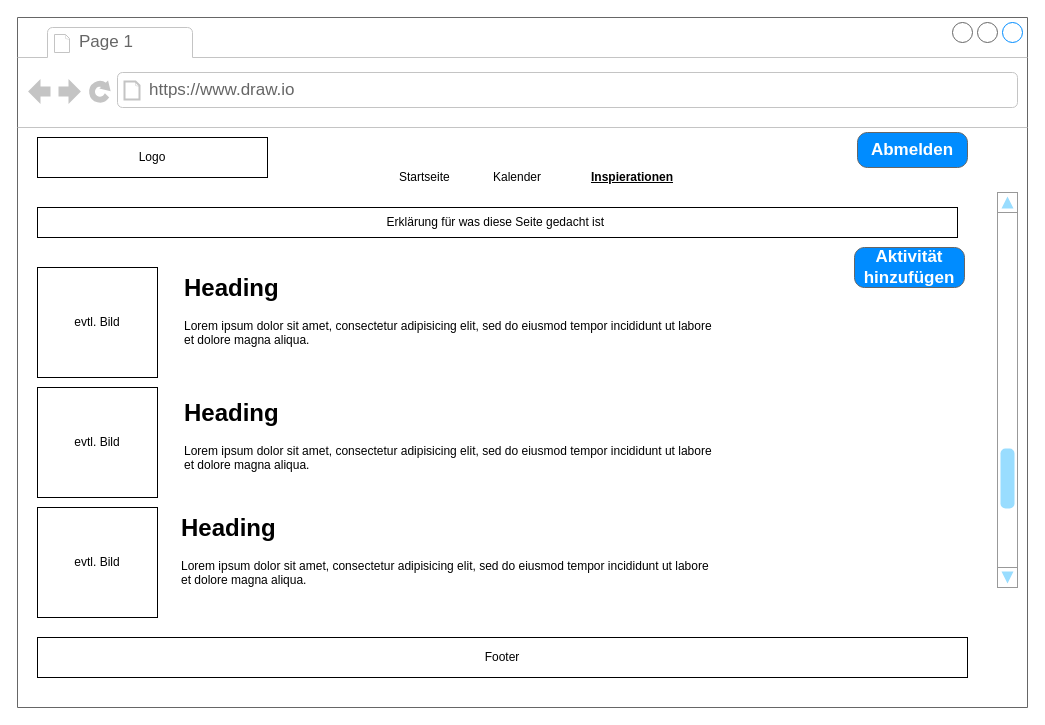
This is Ideen.drawio from LostMyNutsLastXMas/M293_Projektarbeit, a draw.io file, before an edit. Source tidied: cells renumbered, new cells numbered last; positions are measured from the earlier drawing's top-left corner, leaving out a move shared by most shapes. Both pictures are drawn from the tidied source at 100%, with x=0, y=0 at pixel (17, 17).
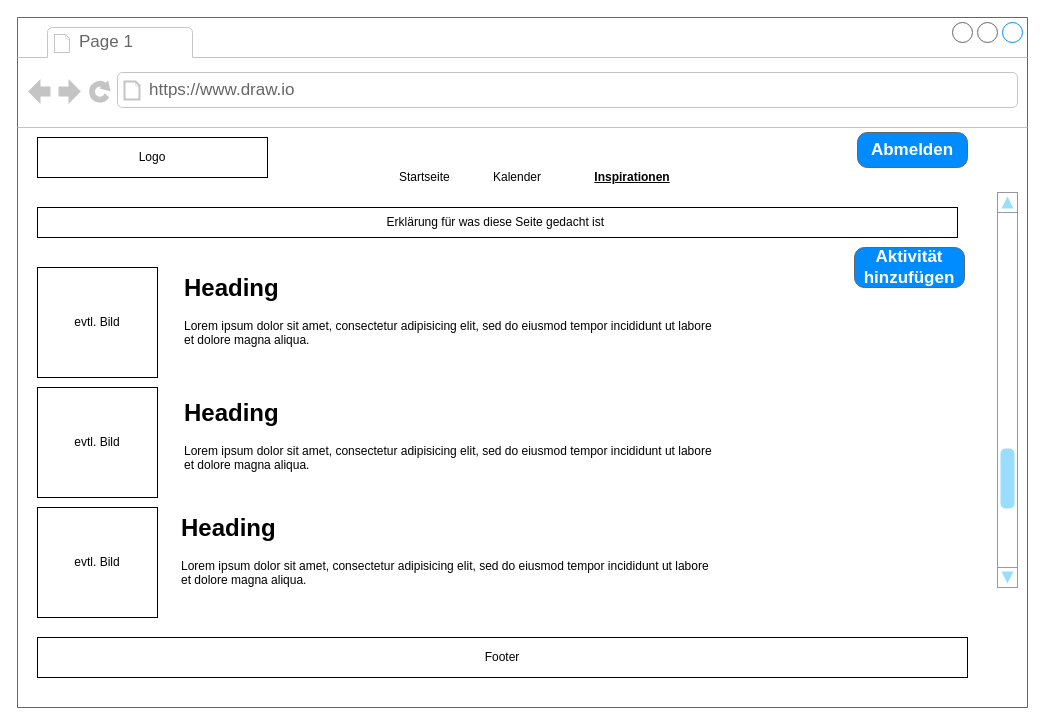
The same diagram, later.

Commit message (it also covers changes not shown here):
Ideen Wireframe angepasst

The edit, as a diff of the source:
```diff
@@
 <mxGraphModel>
   <root>
     <mxCell id="0" />
     <mxCell id="1" parent="0" />
     <mxCell id="2" style="strokeWidth=1;shadow=0;dashed=0;align=center;html=1;shape=mxgraph.mockup.containers.browserWindow;rSize=0;strokeColor=#666666;strokeColor2=#008cff;strokeColor3=#c4c4c4;mainText=,;" parent="1" vertex="1">
       <mxGeometry width="1010" height="690" as="geometry" />
     </mxCell>
     <mxCell id="3" value="Page 1" style="strokeWidth=1;shadow=0;dashed=0;align=center;html=1;shape=mxgraph.mockup.containers.anchor;fontSize=17;fontColor=#666666;align=left;whiteSpace=wrap;" parent="2" vertex="1">
       <mxGeometry x="60" y="12" width="110" height="26" as="geometry" />
     </mxCell>
     <mxCell id="4" value="https://www.draw.io" style="strokeWidth=1;shadow=0;dashed=0;align=center;html=1;shape=mxgraph.mockup.containers.anchor;rSize=0;fontSize=17;fontColor=#666666;align=left;" parent="2" vertex="1">
       <mxGeometry x="130" y="60" width="250" height="26" as="geometry" />
     </mxCell>
     <mxCell id="5" value="Logo" style="rounded=0;whiteSpace=wrap;html=1;" parent="2" vertex="1">
       <mxGeometry x="20" y="120" width="230" height="40" as="geometry" />
     </mxCell>
     <mxCell id="6" value="Startseite" style="text;html=1;whiteSpace=wrap;strokeColor=none;fillColor=none;align=left;verticalAlign=middle;rounded=0;" parent="2" vertex="1">
       <mxGeometry x="380" y="150" width="50" height="20" as="geometry" />
     </mxCell>
-    <mxCell id="7" value="&lt;b&gt;&lt;u&gt;Inspierationen&lt;/u&gt;&lt;/b&gt;" style="text;html=1;whiteSpace=wrap;strokeColor=none;fillColor=none;align=center;verticalAlign=middle;rounded=0;" parent="2" vertex="1">
+    <mxCell id="7" value="&lt;b&gt;&lt;u&gt;Inspirationen&lt;/u&gt;&lt;/b&gt;" style="text;html=1;whiteSpace=wrap;strokeColor=none;fillColor=none;align=center;verticalAlign=middle;rounded=0;" parent="2" vertex="1">
       <mxGeometry x="570" y="150" width="90" height="20" as="geometry" />
     </mxCell>
     <mxCell id="8" value="Kalender" style="text;html=1;whiteSpace=wrap;strokeColor=none;fillColor=none;align=center;verticalAlign=middle;rounded=0;" parent="2" vertex="1">
       <mxGeometry x="470" y="145" width="60" height="30" as="geometry" />
     </mxCell>
     <mxCell id="9" value="Abmelden" style="strokeWidth=1;shadow=0;dashed=0;align=center;html=1;shape=mxgraph.mockup.buttons.button;strokeColor=#666666;fontColor=#ffffff;mainText=;buttonStyle=round;fontSize=17;fontStyle=1;fillColor=#008cff;whiteSpace=wrap;" parent="2" vertex="1">
       <mxGeometry x="840" y="115" width="110" height="35" as="geometry" />
     </mxCell>
     <mxCell id="10" value="Footer" style="rounded=0;whiteSpace=wrap;html=1;" parent="2" vertex="1">
       <mxGeometry x="20" y="620" width="930" height="40" as="geometry" />
     </mxCell>
     <mxCell id="11" style="verticalLabelPosition=bottom;shadow=0;dashed=0;align=center;html=1;verticalAlign=top;strokeWidth=1;shape=mxgraph.mockup.navigation.scrollBar;strokeColor=#999999;barPos=20;fillColor2=#99ddff;strokeColor2=none;direction=north;" parent="2" vertex="1">
       <mxGeometry x="980" y="175" width="20" height="395" as="geometry" />
     </mxCell>
     <mxCell id="12" value="Erklärung für was diese Seite gedacht ist&amp;nbsp;" style="rounded=0;whiteSpace=wrap;html=1;" parent="2" vertex="1">
       <mxGeometry x="20" y="190" width="920" height="30" as="geometry" />
     </mxCell>
     <mxCell id="13" value="Aktivität hinzufügen" style="strokeWidth=1;shadow=0;dashed=0;align=center;html=1;shape=mxgraph.mockup.buttons.button;strokeColor=#666666;fontColor=#ffffff;mainText=;buttonStyle=round;fontSize=17;fontStyle=1;fillColor=#008cff;whiteSpace=wrap;" parent="2" vertex="1">
       <mxGeometry x="837" y="230" width="110" height="40" as="geometry" />
     </mxCell>
     <mxCell id="14" value="evtl. Bild" style="rounded=0;whiteSpace=wrap;html=1;" parent="2" vertex="1">
       <mxGeometry x="20" y="250" width="120" height="110" as="geometry" />
     </mxCell>
     <mxCell id="15" value="evtl. Bild" style="rounded=0;whiteSpace=wrap;html=1;" parent="2" vertex="1">
       <mxGeometry x="20" y="370" width="120" height="110" as="geometry" />
     </mxCell>
     <mxCell id="16" value="evtl. Bild" style="rounded=0;whiteSpace=wrap;html=1;" parent="2" vertex="1">
       <mxGeometry x="20" y="490" width="120" height="110" as="geometry" />
     </mxCell>
     <mxCell id="17" value="&lt;h1 style=&quot;margin-top: 0px;&quot;&gt;Heading&lt;/h1&gt;&lt;p&gt;Lorem ipsum dolor sit amet, consectetur adipisicing elit, sed do eiusmod tempor incididunt ut labore et dolore magna aliqua.&lt;/p&gt;" style="text;html=1;whiteSpace=wrap;overflow=hidden;rounded=0;" parent="2" vertex="1">
       <mxGeometry x="165" y="250" width="535" height="100" as="geometry" />
     </mxCell>
     <mxCell id="18" value="&lt;h1 style=&quot;margin-top: 0px;&quot;&gt;Heading&lt;/h1&gt;&lt;p&gt;Lorem ipsum dolor sit amet, consectetur adipisicing elit, sed do eiusmod tempor incididunt ut labore et dolore magna aliqua.&lt;/p&gt;" style="text;html=1;whiteSpace=wrap;overflow=hidden;rounded=0;" parent="2" vertex="1">
       <mxGeometry x="165" y="375" width="535" height="100" as="geometry" />
     </mxCell>
     <mxCell id="19" value="&lt;h1 style=&quot;margin-top: 0px;&quot;&gt;Heading&lt;/h1&gt;&lt;p&gt;Lorem ipsum dolor sit amet, consectetur adipisicing elit, sed do eiusmod tempor incididunt ut labore et dolore magna aliqua.&lt;/p&gt;" style="text;html=1;whiteSpace=wrap;overflow=hidden;rounded=0;" parent="2" vertex="1">
       <mxGeometry x="162" y="490" width="535" height="100" as="geometry" />
     </mxCell>
   </root>
 </mxGraphModel>
```
